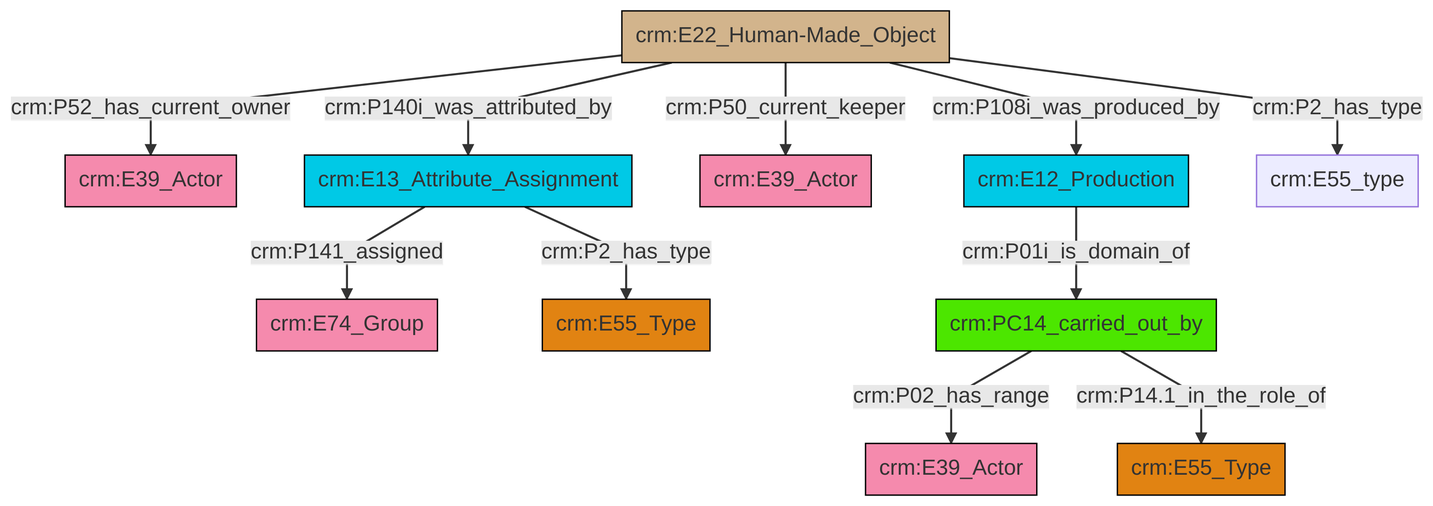
swiss-art-research-net/docs.swissartresearch keeps this Mermaid diagram as et/artworkCSV/ttl/mmd/png/Artwork_Actor_Relations.png. Above is the earlier version. Its source is kept beside it as et/artworkCSV/ttl/mmd/Artwork_Actor_Relations.ttl.mmd.
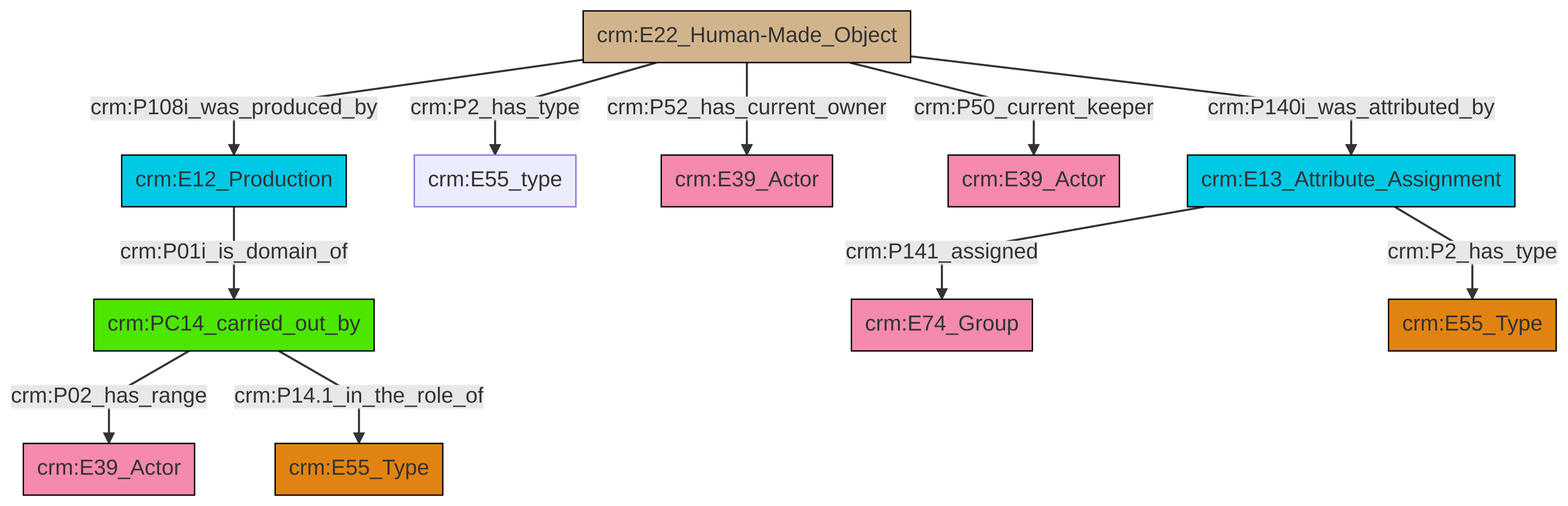
After the commit.

Diff of the diagram source:
```diff
@@ -13,13 +13,13 @@
 classDef PC_Classes fill:#4ce600, stroke:#000000;
 classDef Multi fill:#cccccc,stroke:#000000;
 
-6["crm:E12_Production"]:::Temporal_Entity -->|crm:P01i_is_domain_of| 10["crm:PC14_carried_out_by"]:::PC_Classes
-11["crm:E22_Human-Made_Object"]:::Physical_Thing -->|crm:P50_current_keeper| 12["crm:E39_Actor"]:::Actor
-10["crm:PC14_carried_out_by"]:::PC_Classes -->|crm:P02_has_range| 13["crm:E39_Actor"]:::Actor
-11["crm:E22_Human-Made_Object"]:::Physical_Thing -->|crm:P140i_was_attributed_by| 15["crm:E13_Attribute_Assignment"]:::Temporal_Entity
-11["crm:E22_Human-Made_Object"]:::Physical_Thing -->|crm:P52_has_current_owner| 2["crm:E39_Actor"]:::Actor
-15["crm:E13_Attribute_Assignment"]:::Temporal_Entity -->|crm:P2_has_type| 4["crm:E55_Type"]:::Type
-11["crm:E22_Human-Made_Object"]:::Physical_Thing -->|crm:P108i_was_produced_by| 6["crm:E12_Production"]:::Temporal_Entity
-11["crm:E22_Human-Made_Object"]:::Physical_Thing -->|crm:P2_has_type| 17["crm:E55_type"]:::Default
-15["crm:E13_Attribute_Assignment"]:::Temporal_Entity -->|crm:P141_assigned| 0["crm:E74_Group"]:::Actor
-10["crm:PC14_carried_out_by"]:::PC_Classes -->|crm:P14.1_in_the_role_of| 8["crm:E55_Type"]:::Type
+0["crm:E12_Production"]:::Temporal_Entity -->|crm:P01i_is_domain_of| 1["crm:PC14_carried_out_by"]:::PC_Classes
+2["crm:E22_Human-Made_Object"]:::Physical_Thing -->|crm:P2_has_type| 3["crm:E55_type"]:::Default
+9["crm:E13_Attribute_Assignment"]:::Temporal_Entity -->|crm:P141_assigned| 10["crm:E74_Group"]:::Actor
+2["crm:E22_Human-Made_Object"]:::Physical_Thing -->|crm:P52_has_current_owner| 4["crm:E39_Actor"]:::Actor
+9["crm:E13_Attribute_Assignment"]:::Temporal_Entity -->|crm:P2_has_type| 12["crm:E55_Type"]:::Type
+2["crm:E22_Human-Made_Object"]:::Physical_Thing -->|crm:P140i_was_attributed_by| 9["crm:E13_Attribute_Assignment"]:::Temporal_Entity
+2["crm:E22_Human-Made_Object"]:::Physical_Thing -->|crm:P50_current_keeper| 7["crm:E39_Actor"]:::Actor
+1["crm:PC14_carried_out_by"]:::PC_Classes -->|crm:P02_has_range| 17["crm:E39_Actor"]:::Actor
+2["crm:E22_Human-Made_Object"]:::Physical_Thing -->|crm:P108i_was_produced_by| 0["crm:E12_Production"]:::Temporal_Entity
+1["crm:PC14_carried_out_by"]:::PC_Classes -->|crm:P14.1_in_the_role_of| 18["crm:E55_Type"]:::Type
```
